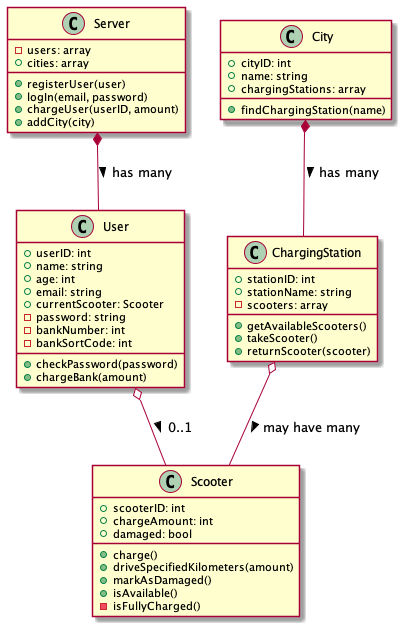
Above: assignments/scooter_hire/uml/class_diagram.png in mylesgordon/bootcamp_examples (PlantUML), before the change.
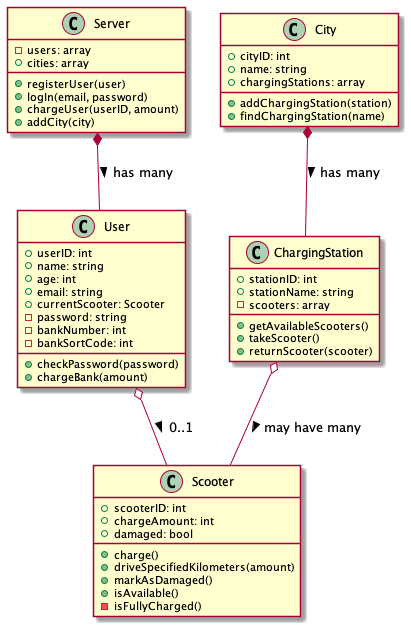
Later version of the same file.

Commit message:
Scooter: class skeletons

The edit, as a diff of the source:
```diff
@@ -45,6 +45,7 @@
     + cityID: int
     + name: string
     + chargingStations: array
+    + addChargingStation(station)
     + findChargingStation(name)
 }
 
```
